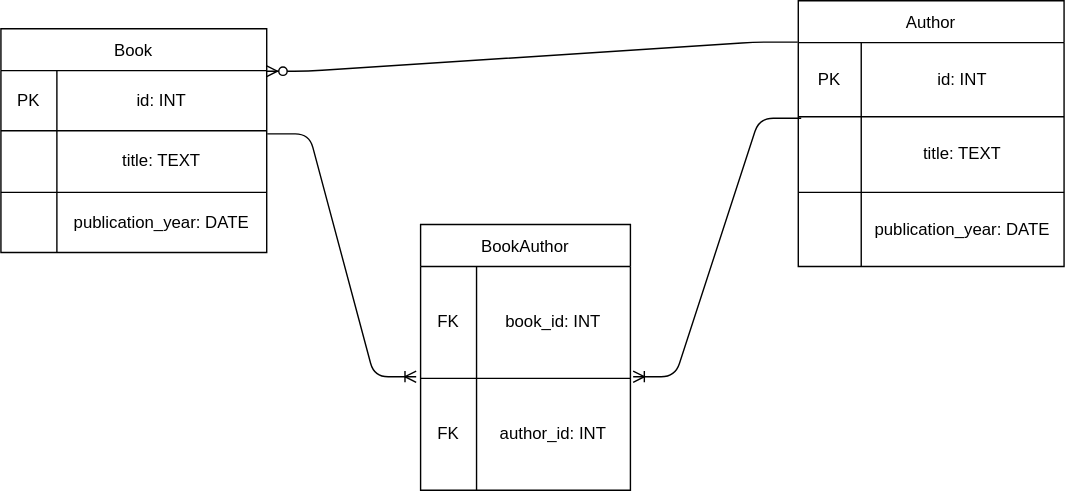
This is ER Diagrams Exercises/exercise_three.drawio.svg from Topaz712/class6_backend_sql_erd_exercises, a draw.io export, as it was before one commit. Source tidied: cells renumbered, new cells last; positions are measured from the earlier drawing's top-left corner, leaving out a move shared by most shapes.
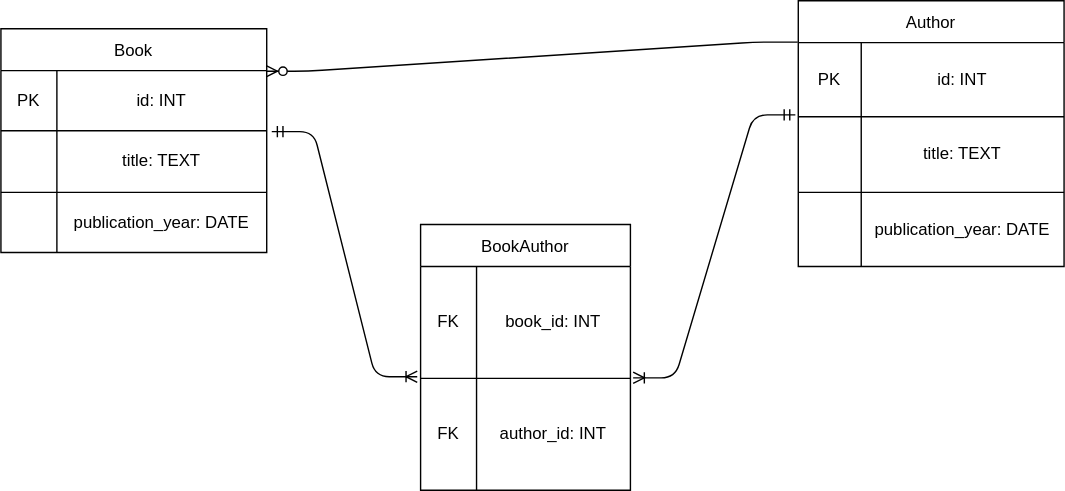
After the change.

Commit message:
exercise three ERD - done(updated)

What changed in the source:
```diff
@@ -83,14 +83,14 @@
     <mxCell id="28" value="publication_year: DATE" style="shape=partialRectangle;html=1;whiteSpace=wrap;overflow=hidden;fillColor=none;top=0;left=0;bottom=0;right=0;" parent="26" vertex="1">
       <mxGeometry x="45" width="145" height="53" as="geometry" />
     </mxCell>
+    <mxCell id="31" style="edgeStyle=entityRelationEdgeStyle;fontSize=12;html=1;endArrow=ERzeroToMany;endFill=1;entryX=0.998;entryY=0.009;entryDx=0;entryDy=0;entryPerimeter=0;exitX=-0.002;exitY=-0.008;exitDx=0;exitDy=0;exitPerimeter=0;" parent="1" edge="1" source="20" target="3">
+      <mxGeometry relative="1" as="geometry" />
+    </mxCell>
+    <mxCell id="32" style="edgeStyle=entityRelationEdgeStyle;fontSize=12;html=1;endArrow=ERoneToMany;startArrow=ERmandOne;exitX=1.019;exitY=0.014;exitDx=0;exitDy=0;exitPerimeter=0;entryX=-0.016;entryY=0.985;entryDx=0;entryDy=0;entryPerimeter=0;" parent="1" edge="1" source="6" target="13">
+      <mxGeometry relative="1" as="geometry" />
+    </mxCell>
-    <mxCell id="29" style="edgeStyle=entityRelationEdgeStyle;fontSize=12;html=1;endArrow=ERoneToMany;entryX=1.013;entryY=-0.015;entryDx=0;entryDy=0;entryPerimeter=0;exitX=0.011;exitY=0.019;exitDx=0;exitDy=0;exitPerimeter=0;" parent="1" edge="1" source="23" target="16">
+    <mxCell id="29" style="edgeStyle=entityRelationEdgeStyle;fontSize=12;html=1;endArrow=ERoneToMany;startArrow=ERmandOne;entryX=1.013;entryY=-0.005;entryDx=0;entryDy=0;entryPerimeter=0;exitX=-0.011;exitY=-0.026;exitDx=0;exitDy=0;exitPerimeter=0;" parent="1" edge="1" source="23" target="16">
       <mxGeometry relative="1" as="geometry" />
     </mxCell>
-    <mxCell id="30" style="edgeStyle=entityRelationEdgeStyle;fontSize=12;html=1;endArrow=ERoneToMany;exitX=1.002;exitY=0.05;exitDx=0;exitDy=0;exitPerimeter=0;entryX=-0.021;entryY=-0.015;entryDx=0;entryDy=0;entryPerimeter=0;" parent="1" edge="1" source="6" target="16">
-      <mxGeometry relative="1" as="geometry" />
-    </mxCell>
-    <mxCell id="31" style="edgeStyle=entityRelationEdgeStyle;fontSize=12;html=1;endArrow=ERzeroToMany;endFill=1;entryX=0.998;entryY=0.009;entryDx=0;entryDy=0;entryPerimeter=0;exitX=-0.002;exitY=-0.008;exitDx=0;exitDy=0;exitPerimeter=0;" parent="1" edge="1" source="20" target="3">
-      <mxGeometry relative="1" as="geometry" />
-    </mxCell>
   </root>
 </mxGraphModel>
```
